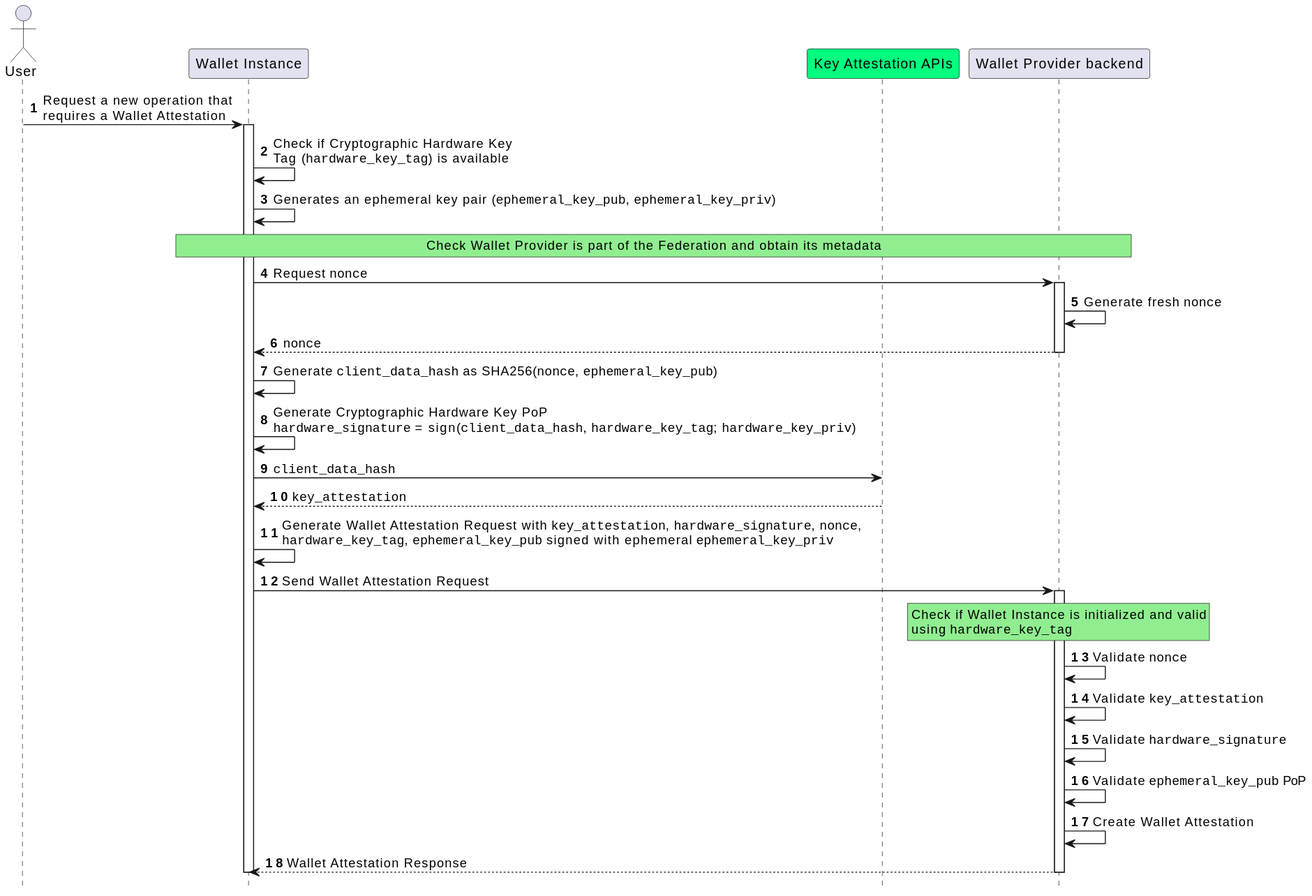
Before: images/wallet_instance_acquisition.svg, a diagram exported from PlantUML (fmarino-ipzs/eid-it-wallet-docs). The source it was exported from:
```plantuml
@startuml
autonumber
hide footbox

actor "User" as user
participant "Wallet Instance" as app
participant "Key Attestation APIs" as aats #springgreen
participant "Wallet Provider backend" as bck


user->app: Request a new operation that\nrequires a Wallet Attestation
activate app

app->app: Check if Cryptographic Hardware Key \nTag (""hardware_key_tag"") is available


app->app: Generates an ephemeral key pair (""ephemeral_key_pub"", ""ephemeral_key_priv"")

rnote over app,bck #LIGHTGREEN
Check Wallet Provider is part of the Federation and obtain its metadata
endrnote


app->bck: Request ""nonce""
activate bck

bck->bck: Generate fresh ""nonce""

bck-->app: ""nonce""
deactivate bck


app->app: Generate ""client_data_hash"" as SHA256(""nonce"", ""ephemeral_key_pub"")

app->app: Generate Cryptographic Hardware Key PoP\n""hardware_signature"" = sign(""client_data_hash"", ""hardware_key_tag""; ""hardware_key_priv"")

app->aats: ""client_data_hash""
aats-->app: ""key_attestation""

app->app: Generate Wallet Attestation Request with ""key_attestation"", ""hardware_signature"", ""nonce"",\n""hardware_key_tag"", ""ephemeral_key_pub"" signed with ephemeral ""ephemeral_key_priv""
app->bck: Send Wallet Attestation Request
activate bck
rnote over bck,bck #LIGHTGREEN
Check if Wallet Instance is initialized and valid
using ""hardware_key_tag""
endrnote
bck->bck: Validate ""nonce""
bck->bck: Validate ""key_attestation""
bck->bck: Validate ""hardware_signature""
bck->bck: Validate ""ephemeral_key_pub"" PoP
bck->bck: Create Wallet Attestation
bck-->app: Wallet Attestation Response
deactivate bck

deactivate app
@enduml
```
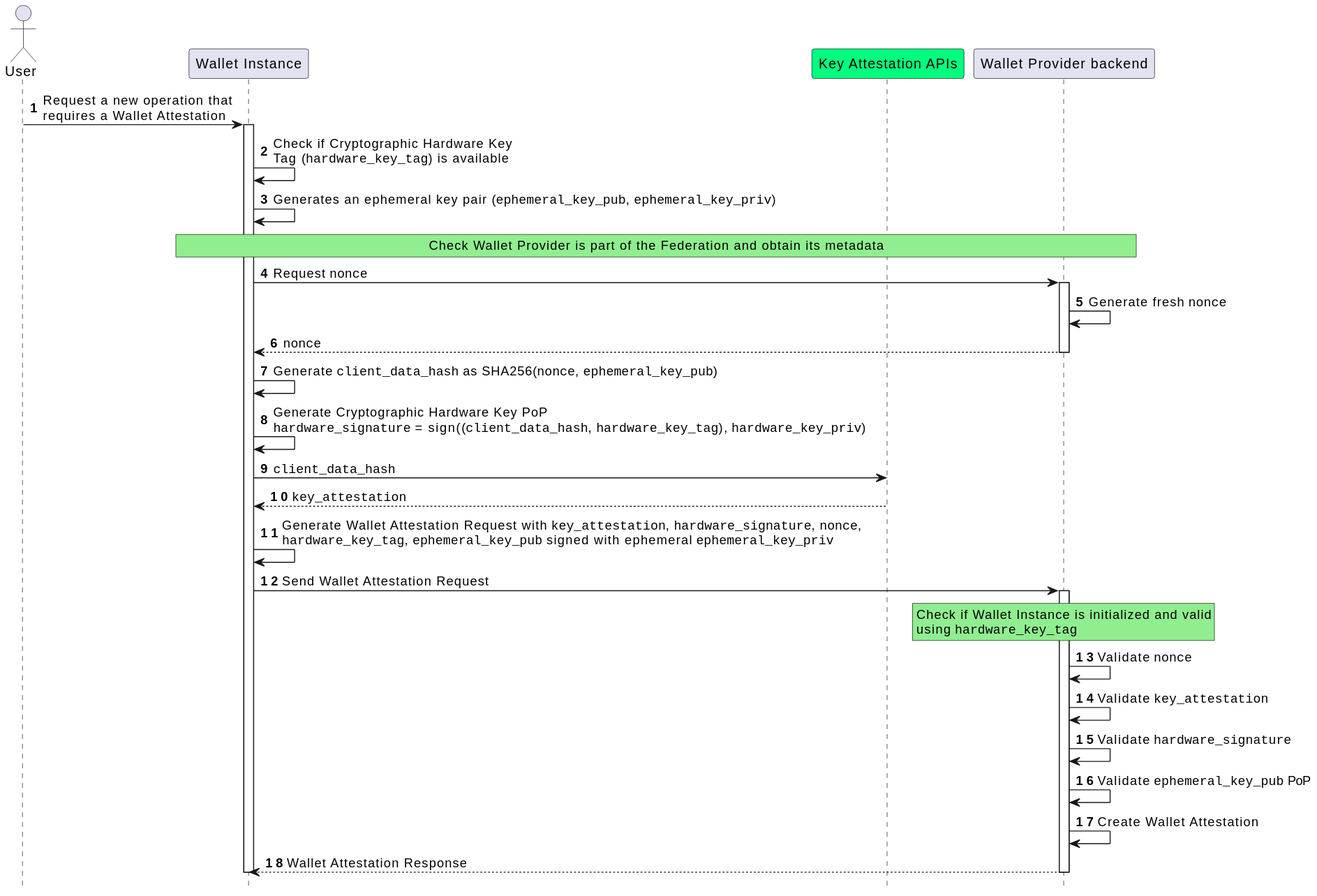
After the change.

Commit message:
Improvements to the Relying Party Solution, Mobile Application Instance and Wallet Attestation sections

Change to the diagram source:
```diff
@@ -32,7 +32,7 @@
 
 app->app: Generate ""client_data_hash"" as SHA256(""nonce"", ""ephemeral_key_pub"")
 
-app->app: Generate Cryptographic Hardware Key PoP\n""hardware_signature"" = sign(""client_data_hash"", ""hardware_key_tag""; ""hardware_key_priv"")
+app->app: Generate Cryptographic Hardware Key PoP\n""hardware_signature"" = sign((""client_data_hash"", ""hardware_key_tag""), ""hardware_key_priv"")
 
 app->aats: ""client_data_hash""
 aats-->app: ""key_attestation""
```
